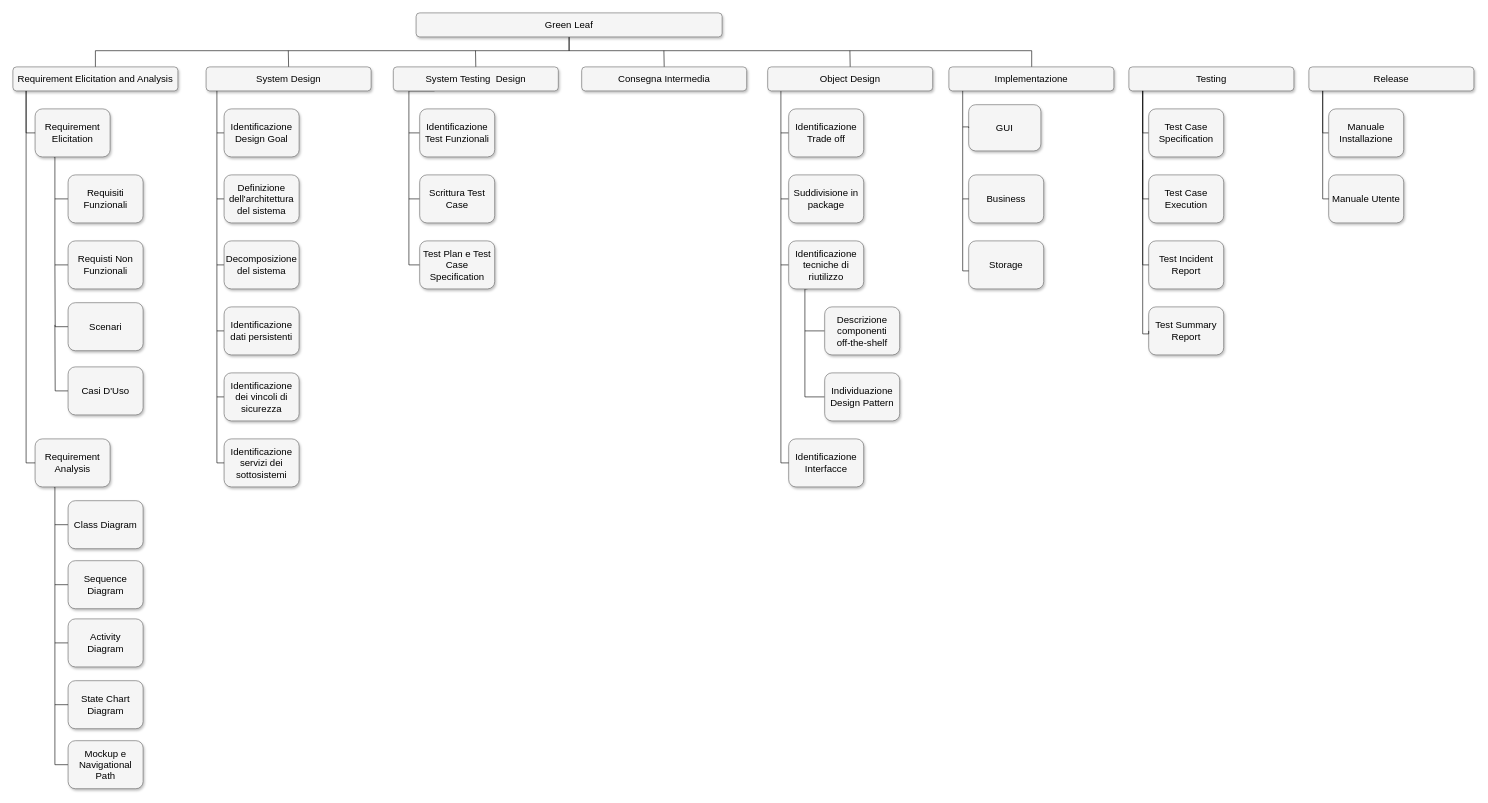
The draw.io diagram page "Page-1" (1 of 2) of Documenti/WBS/WBS_GreenLeaf.drawio in AnttGiam/Green-Leaf, before the edit. Source tidied: cells renumbered, new cells numbered last; positions are measured from the earlier drawing's top-left corner, leaving out a move shared by most shapes. Both pictures are drawn from the tidied source at 60%, with x=0, y=0 at pixel (13, 13).
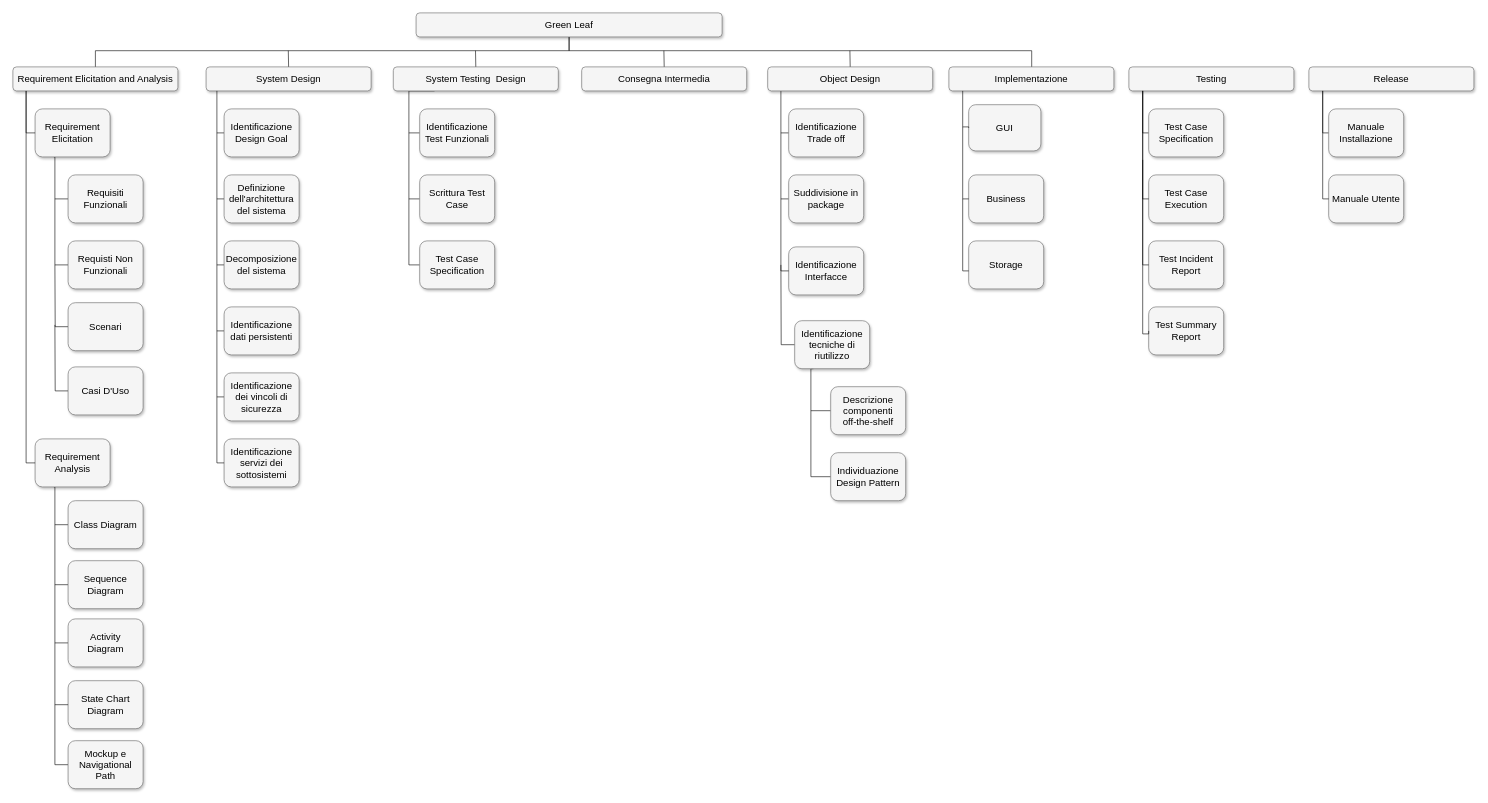
The same page after the edit.

Change to the diagram source:
```diff
@@
     <mxCell id="46" style="edgeStyle=orthogonalEdgeStyle;rounded=0;jettySize=auto;html=1;exitX=0.25;exitY=1;exitDx=0;exitDy=0;entryX=0;entryY=0.5;entryDx=0;entryDy=0;endArrow=none;endFill=0;" parent="1" edge="1" source="48" target="51">
       <mxGeometry relative="1" as="geometry">
         <Array as="points">
-          <mxPoint x="1320" y="460" />
-          <mxPoint x="1320" y="640" />
+          <mxPoint x="1330" y="593" />
+          <mxPoint x="1330" y="773" />
         </Array>
       </mxGeometry>
     </mxCell>
@@
     <mxCell id="48" value="Identificazione tecniche di riutilizzo" style="whiteSpace=wrap;html=1;rounded=1;shadow=1;strokeWidth=1;fontSize=16;align=center;fillColor=#f5f5f5;strokeColor=#666666;" parent="1" vertex="1">
-      <mxGeometry x="1293" y="380" width="125" height="80" as="geometry" />
+      <mxGeometry x="1303" y="513" width="125" height="80" as="geometry" />
     </mxCell>
     <mxCell id="49" style="edgeStyle=orthogonalEdgeStyle;rounded=0;jettySize=auto;html=1;exitX=0;exitY=0.5;exitDx=0;exitDy=0;endArrow=none;endFill=0;" parent="1" edge="1" source="50">
       <mxGeometry relative="1" as="geometry">
-        <mxPoint x="1320" y="530" as="targetPoint" />
+        <mxPoint x="1330" y="663" as="targetPoint" />
       </mxGeometry>
     </mxCell>
     <mxCell id="50" value="Descrizione componenti &lt;br&gt;off-the-shelf" style="whiteSpace=wrap;html=1;rounded=1;shadow=1;strokeWidth=1;fontSize=16;align=center;fillColor=#f5f5f5;strokeColor=#666666;" parent="1" vertex="1">
-      <mxGeometry x="1353" y="490" width="125" height="80" as="geometry" />
+      <mxGeometry x="1363" y="623" width="125" height="80" as="geometry" />
     </mxCell>
     <mxCell id="51" value="Individuazione Design Pattern" style="whiteSpace=wrap;html=1;rounded=1;shadow=1;strokeWidth=1;fontSize=16;align=center;fillColor=#f5f5f5;strokeColor=#666666;" parent="1" vertex="1">
-      <mxGeometry x="1353" y="600" width="125" height="80" as="geometry" />
+      <mxGeometry x="1363" y="733" width="125" height="80" as="geometry" />
     </mxCell>
     <mxCell id="52" value="Identificazione Interfacce" style="whiteSpace=wrap;html=1;rounded=1;shadow=1;strokeWidth=1;fontSize=16;align=center;fillColor=#f5f5f5;strokeColor=#666666;" parent="1" vertex="1">
-      <mxGeometry x="1293" y="710" width="125" height="80" as="geometry" />
+      <mxGeometry x="1293" y="390" width="125" height="80" as="geometry" />
     </mxCell>
     <mxCell id="53" style="edgeStyle=orthogonalEdgeStyle;html=1;startSize=6;endFill=0;endSize=6;strokeWidth=1;fontSize=16;rounded=0;endArrow=none;entryX=0;entryY=0.5;entryDx=0;entryDy=0;" parent="1" edge="1" target="52">
       <mxGeometry relative="1" as="geometry">
         <mxPoint x="1280" y="130" as="sourcePoint" />
         <Array as="points">
-          <mxPoint x="1280" y="750" />
+          <mxPoint x="1280" y="430" />
         </Array>
       </mxGeometry>
     </mxCell>
@@
-    <mxCell id="82" value="Test Plan e Test Case Specification" style="whiteSpace=wrap;html=1;rounded=1;shadow=1;strokeWidth=1;fontSize=16;align=center;fillColor=#f5f5f5;strokeColor=#666666;" parent="1" vertex="1">
+    <mxCell id="82" value="Test Case Specification" style="whiteSpace=wrap;html=1;rounded=1;shadow=1;strokeWidth=1;fontSize=16;align=center;fillColor=#f5f5f5;strokeColor=#666666;" parent="1" vertex="1">
       <mxGeometry x="678" y="380" width="125" height="80" as="geometry" />
     </mxCell>
```
